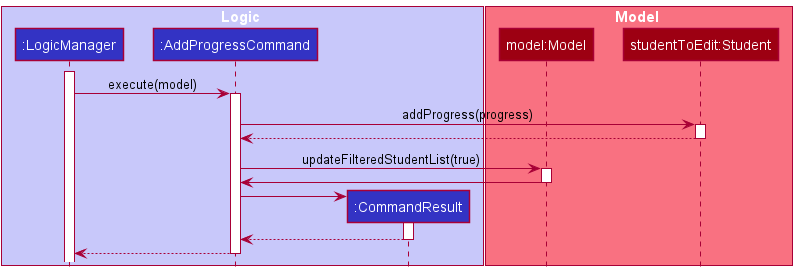
Before: docs/images/AddProgressToStudentSequenceDiagram.png, a diagram exported from PlantUML (nus-cs2103-AY2122S1/tp). The source it was exported from:
```plantuml
@startuml
!include style.puml

box Logic LOGIC_COLOR_T1
participant ":LogicManager" as LogicManager LOGIC_COLOR
participant ":AddProgressCommand" as AddProgressCommand LOGIC_COLOR
participant ":CommandResult" as CommandResult LOGIC_COLOR
end box

box Model MODEL_COLOR_T1
participant "model:Model" as Model MODEL_COLOR
participant "studentToEdit:Student" as Student MODEL_COLOR
end box

activate LogicManager
LogicManager -> AddProgressCommand : execute(model)

activate AddProgressCommand
AddProgressCommand -> Student : addProgress(progress)

activate Student
Student --> AddProgressCommand
deactivate Student

AddProgressCommand -> Model : updateFilteredStudentList(true)
activate Model

Model -> AddProgressCommand
deactivate Model

create CommandResult
AddProgressCommand -> CommandResult
activate CommandResult

CommandResult --> AddProgressCommand
deactivate CommandResult

LogicManager <-- AddProgressCommand
deactivate AddProgressCommand
@enduml
```
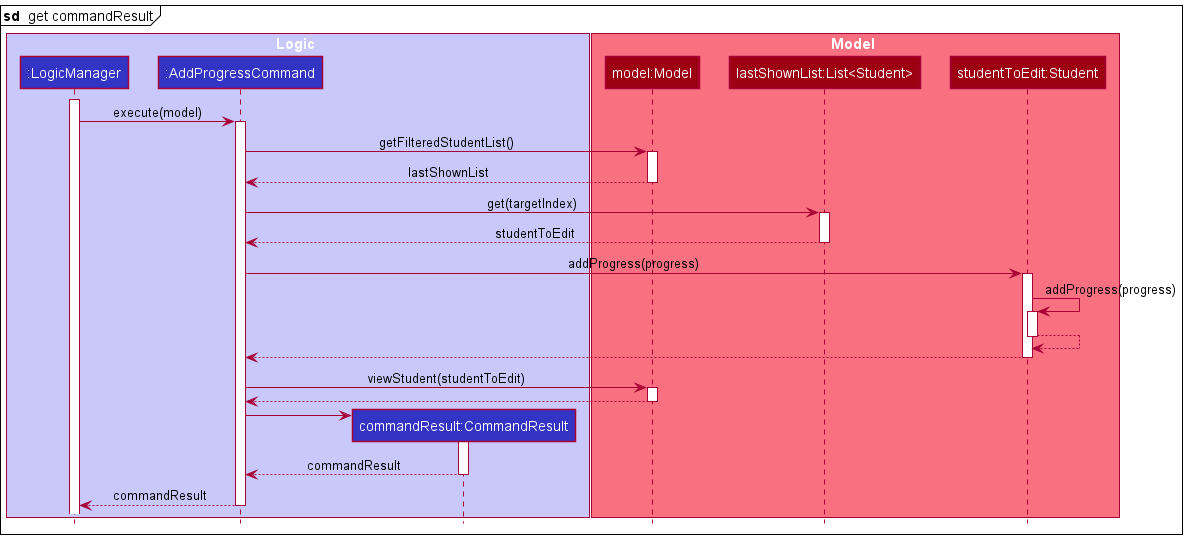
The same diagram one commit later.

The edit, as a diff of the source:
```diff
@@ -1,40 +1,61 @@
 @startuml
 !include style.puml
+
+mainframe **sd**  get commandResult
 
 box Logic LOGIC_COLOR_T1
 participant ":LogicManager" as LogicManager LOGIC_COLOR
 participant ":AddProgressCommand" as AddProgressCommand LOGIC_COLOR
-participant ":CommandResult" as CommandResult LOGIC_COLOR
+participant "commandResult:CommandResult" as CommandResult LOGIC_COLOR
 end box
 
 box Model MODEL_COLOR_T1
 participant "model:Model" as Model MODEL_COLOR
+participant "lastShownList:List<Student>" as List MODEL_COLOR
 participant "studentToEdit:Student" as Student MODEL_COLOR
 end box
 
 activate LogicManager
+
 LogicManager -> AddProgressCommand : execute(model)
+activate AddProgressCommand
 
-activate AddProgressCommand
+AddProgressCommand -> Model : getFilteredStudentList()
+activate Model
+
+Model --> AddProgressCommand : lastShownList
+deactivate Model
+
+AddProgressCommand -> List : get(targetIndex)
+activate List
+
+List --> AddProgressCommand : studentToEdit
+deactivate List
+
 AddProgressCommand -> Student : addProgress(progress)
+activate Student
 
+Student -> Student : addProgress(progress)
 activate Student
+Student --> Student
+deactivate Student
+
 Student --> AddProgressCommand
 deactivate Student
 
-AddProgressCommand -> Model : updateFilteredStudentList(true)
+AddProgressCommand -> Model : viewStudent(studentToEdit)
 activate Model
 
-Model -> AddProgressCommand
+Model --> AddProgressCommand
 deactivate Model
 
 create CommandResult
 AddProgressCommand -> CommandResult
 activate CommandResult
 
-CommandResult --> AddProgressCommand
+CommandResult --> AddProgressCommand : commandResult
 deactivate CommandResult
 
-LogicManager <-- AddProgressCommand
+LogicManager <-- AddProgressCommand : commandResult
 deactivate AddProgressCommand
 @enduml
```
